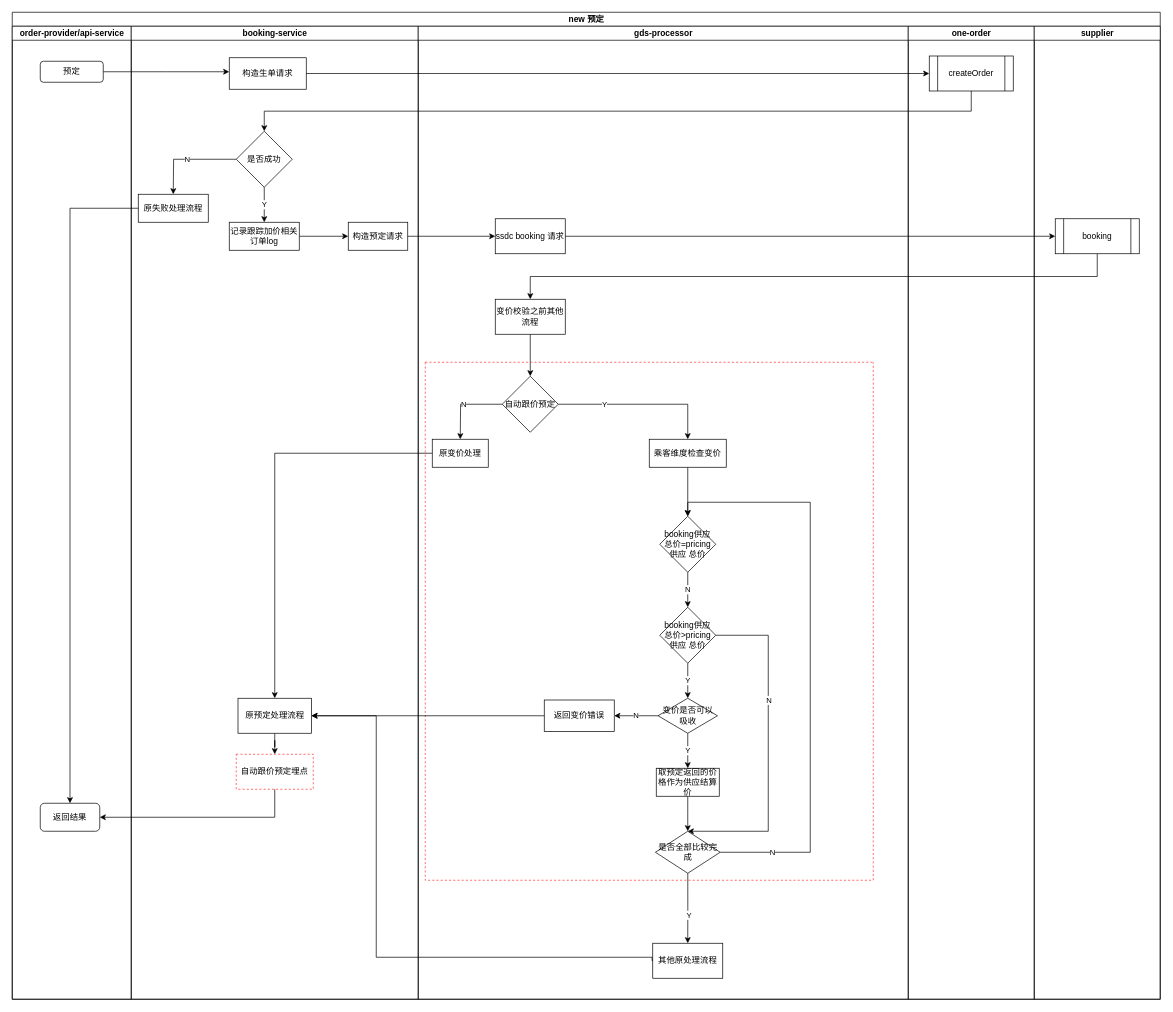
Before: page "new-ssdc预定" (6 of 8) of pkfare/autoFlowup/autoFllowUp.drawio in zhangweixin/design-diagram, a draw.io diagram. Source tidied: cells renumbered, new cells numbered last; positions are measured from the earlier drawing's top-left corner, leaving out a move shared by most shapes. Both pictures are drawn from the tidied source at 70%, with x=0, y=0 at pixel (12, 12).
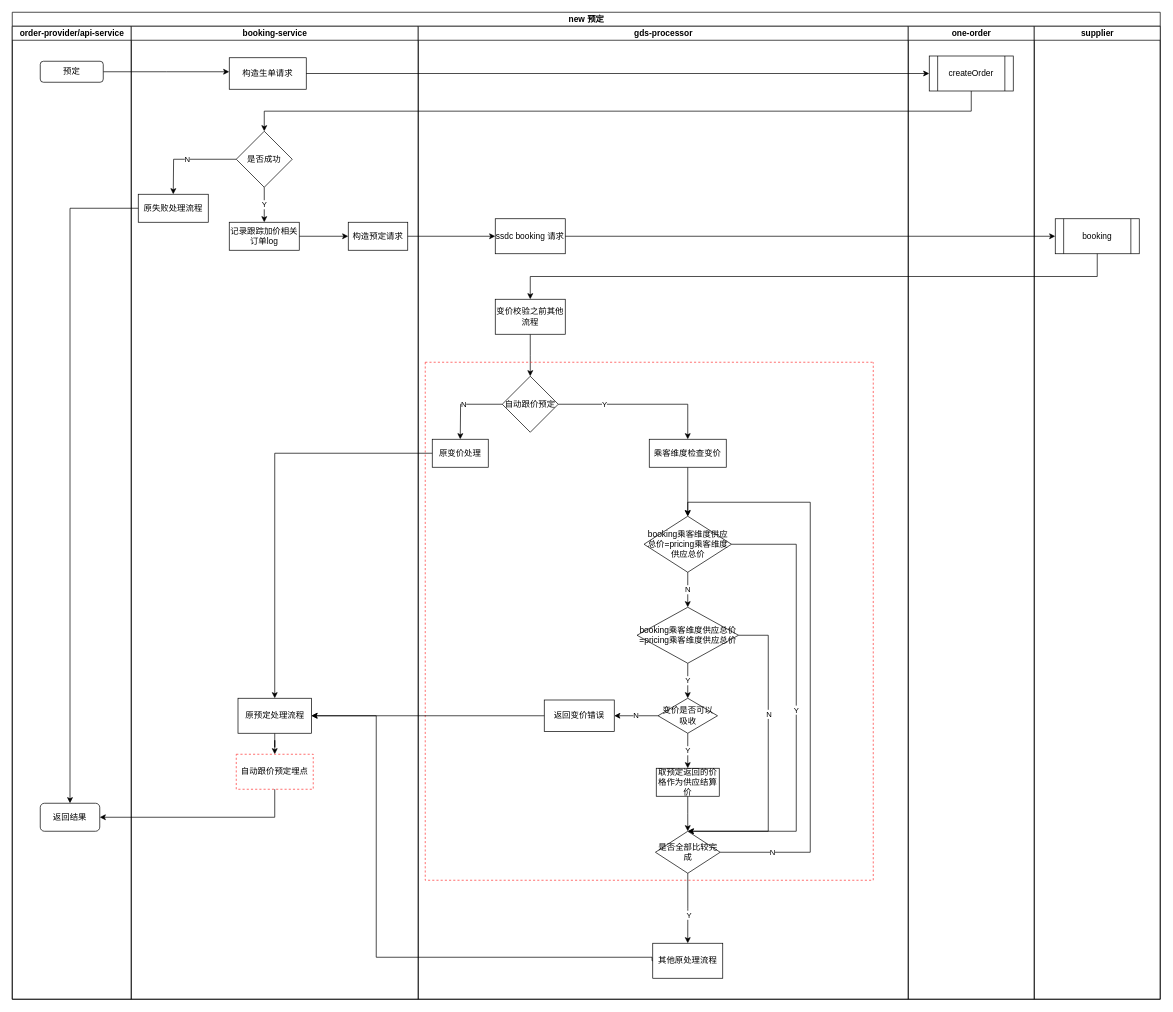
The same page after the edit.

The change refers to these unchanged cells:
```xml
<mxCell id="27" style="swimlane;startSize=0;dashed=1;strokeColor=#FF3333;" parent="19" vertex="1">
  <mxGeometry x="10" y="480" width="640" height="740" as="geometry" />
</mxCell>
<mxCell id="44" value="是否全部比较完成" style="rhombus;whiteSpace=wrap;html=1;" parent="27" vertex="1">
  <mxGeometry x="328.8" y="670" width="92.5" height="60" as="geometry" />
</mxCell>
```

The edit, as a diff of the source:
```diff
@@
+    <mxCell id="64" value="Y" style="edgeStyle=orthogonalEdgeStyle;rounded=0;jettySize=auto;html=1;exitX=1;exitY=0.5;exitDx=0;exitDy=0;entryX=0.5;entryY=0;entryDx=0;entryDy=0;" parent="27" edge="1" source="28" target="44">
+      <mxGeometry relative="1" as="geometry">
+        <Array as="points">
+          <mxPoint x="530" y="260" />
+          <mxPoint x="530" y="670" />
+        </Array>
+      </mxGeometry>
+    </mxCell>
-    <mxCell id="28" value="booking供应总价=pricing供应 总价" style="rhombus;whiteSpace=wrap;html=1;" parent="27" vertex="1">
-      <mxGeometry x="335" y="220" width="80" height="80" as="geometry" />
+    <mxCell id="28" value="booking乘客维度供应总价=pricing乘客维度供应总价" style="rhombus;whiteSpace=wrap;html=1;" parent="27" vertex="1">
+      <mxGeometry x="312.5" y="220" width="125" height="80" as="geometry" />
     </mxCell>
@@
-    <mxCell id="35" value="booking供应总价&amp;gt;pricing供应 总价" style="rhombus;whiteSpace=wrap;html=1;" parent="27" vertex="1">
-      <mxGeometry x="335" y="350" width="80" height="80" as="geometry" />
+    <mxCell id="35" value="booking乘客维度供应总价=pricing乘客维度供应总价" style="rhombus;whiteSpace=wrap;html=1;" parent="27" vertex="1">
+      <mxGeometry x="302.5" y="350" width="145" height="80" as="geometry" />
     </mxCell>
```
